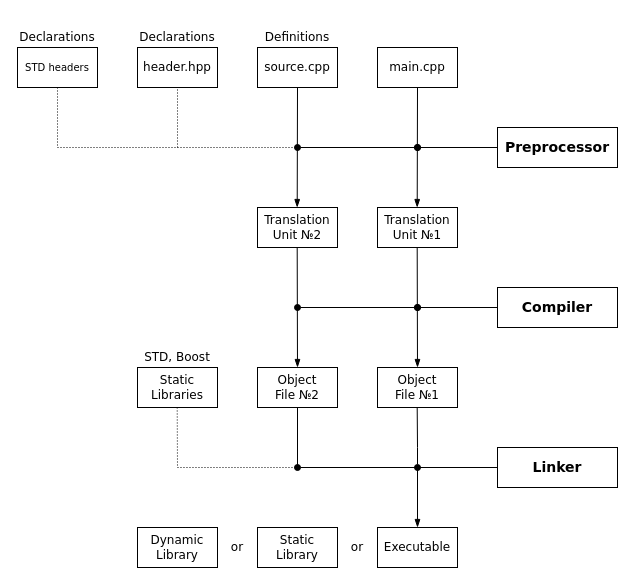
Before: projects/examples/source/06.01.project.translation.drawio in i-s-m-mipt/Education, a draw.io diagram. Source tidied: cells renumbered, new cells numbered last; positions are measured from the earlier drawing's top-left corner, leaving out a move shared by most shapes. Both pictures are drawn from the tidied source at 100%, with x=0, y=0 at pixel (17, 27).
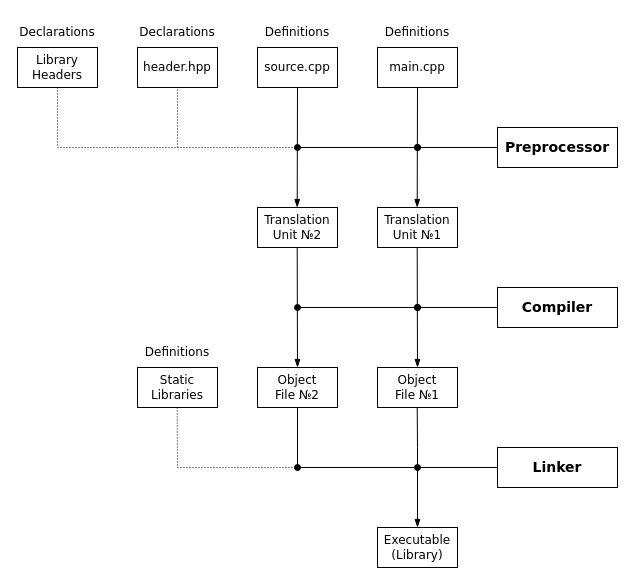
The same page after the edit.

Commit message (it also covers changes not shown here):
Доработана схема 06.01.

Diff of the diagram source:
```diff
@@
-    <mxCell id="7" value="&lt;font face=&quot;Verdana&quot;&gt;&lt;font style=&quot;font-size: 10px;&quot;&gt;STD headers&lt;/font&gt;&lt;br&gt;&lt;/font&gt;" style="rounded=0;whiteSpace=wrap;html=1;" parent="1" vertex="1">
+    <mxCell id="7" value="&lt;font face=&quot;Verdana&quot;&gt;&lt;font style=&quot;font-size: 12px;&quot;&gt;Library&lt;/font&gt;&lt;/font&gt;&lt;div&gt;&lt;font face=&quot;Verdana&quot;&gt;&lt;font style=&quot;font-size: 12px;&quot;&gt;Headers&lt;/font&gt;&lt;br&gt;&lt;/font&gt;&lt;/div&gt;" style="rounded=0;whiteSpace=wrap;html=1;" parent="1" vertex="1">
       <mxGeometry y="20" width="80" height="40" as="geometry" />
     </mxCell>
@@
     <mxCell id="18" value="&lt;font face=&quot;Verdana&quot;&gt;Definitions&lt;/font&gt;" style="text;html=1;strokeColor=none;fillColor=none;align=center;verticalAlign=middle;whiteSpace=wrap;rounded=0;" parent="1" vertex="1">
-      <mxGeometry x="240" width="80" height="20" as="geometry" />
+      <mxGeometry x="240" y="-10" width="80" height="30" as="geometry" />
     </mxCell>
     <mxCell id="19" value="&lt;font face=&quot;Verdana&quot;&gt;Declarations&lt;/font&gt;" style="text;html=1;strokeColor=none;fillColor=none;align=center;verticalAlign=middle;whiteSpace=wrap;rounded=0;" parent="1" vertex="1">
-      <mxGeometry x="120" width="80" height="20" as="geometry" />
+      <mxGeometry x="120" y="-10" width="80" height="30" as="geometry" />
     </mxCell>
     <mxCell id="20" value="&lt;font face=&quot;Verdana&quot;&gt;Declarations&lt;/font&gt;" style="text;html=1;strokeColor=none;fillColor=none;align=center;verticalAlign=middle;whiteSpace=wrap;rounded=0;" parent="1" vertex="1">
-      <mxGeometry width="80" height="20" as="geometry" />
+      <mxGeometry y="-10" width="80" height="30" as="geometry" />
     </mxCell>
@@
-    <mxCell id="26" value="&lt;font face=&quot;Verdana&quot;&gt;Executable&lt;/font&gt;" style="rounded=0;whiteSpace=wrap;html=1;" parent="1" vertex="1">
+    <mxCell id="26" value="&lt;font face=&quot;Verdana&quot;&gt;Executable&lt;/font&gt;&lt;div&gt;&lt;font face=&quot;Verdana&quot;&gt;(Library)&lt;/font&gt;&lt;/div&gt;" style="rounded=0;whiteSpace=wrap;html=1;" parent="1" vertex="1">
       <mxGeometry x="360" y="500" width="80" height="40" as="geometry" />
     </mxCell>
@@
-    <mxCell id="28" value="&lt;font face=&quot;Verdana&quot;&gt;STD, Boost&lt;/font&gt;" style="text;html=1;strokeColor=none;fillColor=none;align=center;verticalAlign=middle;whiteSpace=wrap;rounded=0;" parent="1" vertex="1">
-      <mxGeometry x="120" y="320" width="80" height="20" as="geometry" />
-    </mxCell>
-    <mxCell id="29" value="&lt;font face=&quot;Verdana&quot;&gt;Static Library&lt;br&gt;&lt;/font&gt;" style="rounded=0;whiteSpace=wrap;html=1;" parent="1" vertex="1">
-      <mxGeometry x="240" y="500" width="80" height="40" as="geometry" />
-    </mxCell>
-    <mxCell id="30" value="&lt;font face=&quot;Verdana&quot;&gt;or&lt;/font&gt;" style="text;html=1;strokeColor=none;fillColor=none;align=center;verticalAlign=middle;whiteSpace=wrap;rounded=0;" parent="1" vertex="1">
-      <mxGeometry x="200" y="510" width="40" height="20" as="geometry" />
-    </mxCell>
-    <mxCell id="31" value="&lt;font face=&quot;Verdana&quot;&gt;Dynamic&lt;br&gt;Library&lt;br&gt;&lt;/font&gt;" style="rounded=0;whiteSpace=wrap;html=1;" parent="1" vertex="1">
-      <mxGeometry x="120" y="500" width="80" height="40" as="geometry" />
-    </mxCell>
-    <mxCell id="32" value="&lt;font face=&quot;Verdana&quot;&gt;or&lt;/font&gt;" style="text;html=1;strokeColor=none;fillColor=none;align=center;verticalAlign=middle;whiteSpace=wrap;rounded=0;" parent="1" vertex="1">
-      <mxGeometry x="320" y="510" width="40" height="20" as="geometry" />
-    </mxCell>
@@
+    <mxCell id="38" value="&lt;font face=&quot;Verdana&quot;&gt;Definitions&lt;/font&gt;" style="text;html=1;strokeColor=none;fillColor=none;align=center;verticalAlign=middle;whiteSpace=wrap;rounded=0;" parent="1" vertex="1">
+      <mxGeometry x="360" y="-10" width="80" height="30" as="geometry" />
+    </mxCell>
+    <mxCell id="39" value="&lt;div&gt;&lt;span style=&quot;font-family: Verdana; background-color: initial;&quot;&gt;Definitions&lt;/span&gt;&lt;br&gt;&lt;/div&gt;" style="text;html=1;strokeColor=none;fillColor=none;align=center;verticalAlign=middle;whiteSpace=wrap;rounded=0;" parent="1" vertex="1">
+      <mxGeometry x="120" y="310" width="80" height="30" as="geometry" />
+    </mxCell>
```
